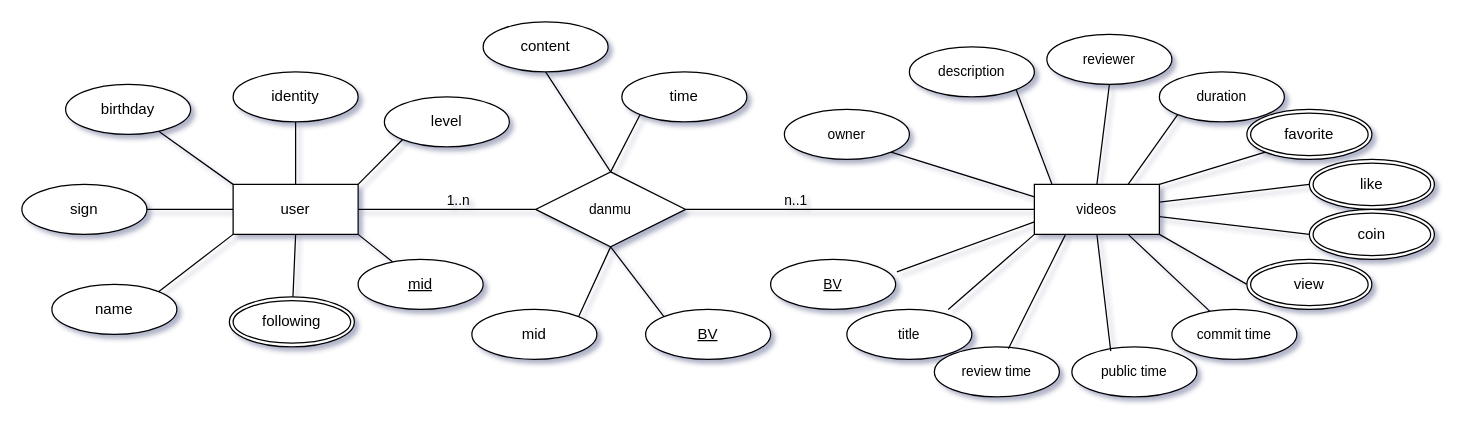
Above: ER2.drawio in aurora324/DatabaseProject1 (draw.io), before the change. Source tidied: cells renumbered, new cells numbered last; positions are measured from the earlier drawing's top-left corner, leaving out a move shared by most shapes. Both pictures are drawn from the tidied source at 125%, with x=0, y=0 at pixel (21, 21).
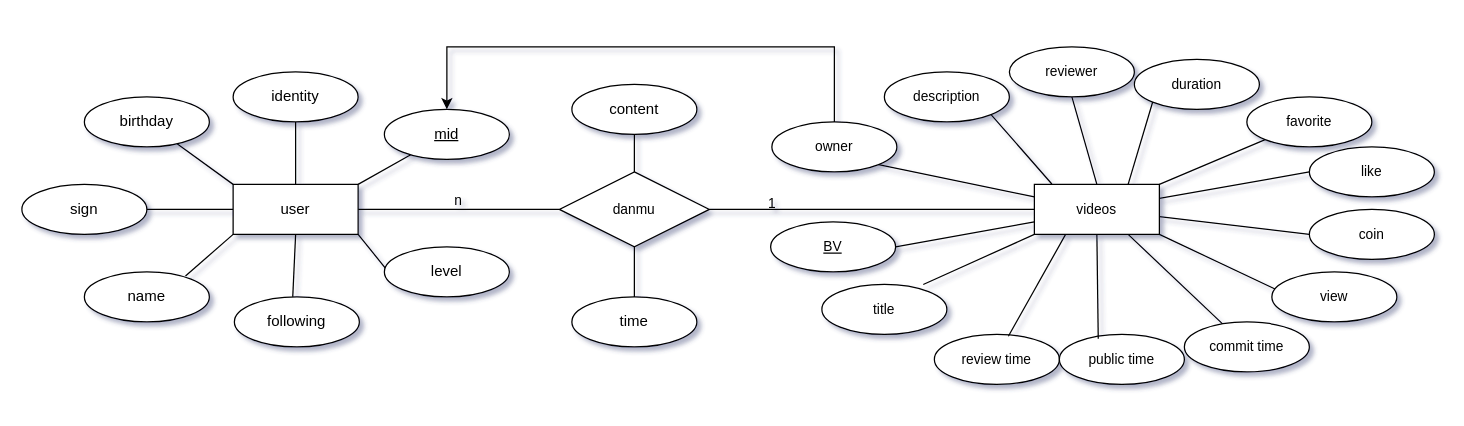
The same page after the edit.

The change refers to these unchanged cells:
```xml
<mxCell id="7" value="user" style="whiteSpace=wrap;html=1;align=center;" parent="1" vertex="1">
  <mxGeometry x="169" y="130" width="100" height="40" as="geometry" />
</mxCell>
<mxCell id="22" value="videos" style="whiteSpace=wrap;html=1;align=center;fontFamily=Helvetica;fontSize=11;fontColor=default;" parent="1" vertex="1">
  <mxGeometry x="810" y="130" width="100" height="40" as="geometry" />
</mxCell>
```

Change to the diagram source:
```diff
@@
-    <mxCell id="3" style="edgeStyle=none;shape=connector;rounded=0;jettySize=auto;html=1;exitX=0.5;exitY=1;exitDx=0;exitDy=0;labelBackgroundColor=default;strokeColor=default;align=center;verticalAlign=middle;fontFamily=Helvetica;fontSize=11;fontColor=default;endArrow=none;endFill=0;" parent="1" edge="1" source="7" target="17">
-      <mxGeometry relative="1" as="geometry" />
+    <mxCell id="3" style="edgeStyle=none;shape=connector;rounded=0;jettySize=auto;html=1;exitX=0.5;exitY=1;exitDx=0;exitDy=0;labelBackgroundColor=default;strokeColor=default;align=center;verticalAlign=middle;fontFamily=Helvetica;fontSize=11;fontColor=default;endArrow=none;endFill=0;" parent="1" edge="1" source="7">
+      <mxGeometry relative="1" as="geometry">
+        <mxPoint x="216.7" y="220" as="targetPoint" />
+      </mxGeometry>
     </mxCell>
-    <mxCell id="4" style="edgeStyle=none;shape=connector;rounded=0;jettySize=auto;html=1;exitX=0;exitY=1;exitDx=0;exitDy=0;entryX=1;entryY=0;entryDx=0;entryDy=0;labelBackgroundColor=default;strokeColor=default;align=center;verticalAlign=middle;fontFamily=Helvetica;fontSize=11;fontColor=default;endArrow=none;endFill=0;" parent="1" edge="1" source="7" target="16">
-      <mxGeometry relative="1" as="geometry" />
-    </mxCell>
@@
-    <mxCell id="8" style="rounded=0;jettySize=auto;html=1;entryX=1;entryY=1;entryDx=0;entryDy=0;strokeColor=default;endArrow=none;endFill=0;" parent="1" edge="1" source="9" target="7">
+    <mxCell id="8" style="rounded=0;jettySize=auto;html=1;entryX=1;entryY=0;entryDx=0;entryDy=0;strokeColor=default;endArrow=none;endFill=0;" parent="1" edge="1" source="9" target="7">
       <mxGeometry relative="1" as="geometry" />
     </mxCell>
+    <mxCell id="59" style="edgeStyle=orthogonalEdgeStyle;shape=connector;rounded=0;jettySize=auto;html=1;exitX=0.5;exitY=0;exitDx=0;exitDy=0;entryX=0.5;entryY=0;entryDx=0;entryDy=0;labelBackgroundColor=default;strokeColor=default;align=center;verticalAlign=middle;fontFamily=Helvetica;fontSize=11;fontColor=default;endArrow=classic;endFill=1;" parent="1" edge="1" source="26" target="9">
+      <mxGeometry relative="1" as="geometry">
+        <Array as="points">
+          <mxPoint x="650" y="20" />
+          <mxPoint x="340" y="20" />
+        </Array>
+      </mxGeometry>
+    </mxCell>
     <mxCell id="9" value="mid" style="ellipse;whiteSpace=wrap;html=1;align=center;fontStyle=4;" parent="1" vertex="1">
-      <mxGeometry x="269" y="190" width="100" height="40" as="geometry" />
+      <mxGeometry x="290" y="70" width="100" height="40" as="geometry" />
     </mxCell>
     <mxCell id="10" value="birthday" style="ellipse;whiteSpace=wrap;html=1;align=center;" parent="1" vertex="1">
-      <mxGeometry x="35" y="50" width="100" height="40" as="geometry" />
+      <mxGeometry x="50" y="60" width="100" height="40" as="geometry" />
     </mxCell>
@@
-    <mxCell id="14" style="edgeStyle=none;shape=connector;rounded=0;jettySize=auto;html=1;exitX=0;exitY=1;exitDx=0;exitDy=0;entryX=1;entryY=0;entryDx=0;entryDy=0;labelBackgroundColor=default;strokeColor=default;align=center;verticalAlign=middle;fontFamily=Helvetica;fontSize=11;fontColor=default;endArrow=none;endFill=0;" parent="1" edge="1" source="15" target="7">
+    <mxCell id="14" style="edgeStyle=none;shape=connector;rounded=0;jettySize=auto;html=1;exitX=0;exitY=1;exitDx=0;exitDy=0;entryX=1;entryY=1;entryDx=0;entryDy=0;labelBackgroundColor=default;strokeColor=default;align=center;verticalAlign=middle;fontFamily=Helvetica;fontSize=11;fontColor=default;endArrow=none;endFill=0;" parent="1" edge="1" source="15" target="7">
       <mxGeometry relative="1" as="geometry" />
     </mxCell>
     <mxCell id="15" value="level" style="ellipse;whiteSpace=wrap;html=1;align=center;" parent="1" vertex="1">
-      <mxGeometry x="290" y="60" width="100" height="40" as="geometry" />
+      <mxGeometry x="290" y="180" width="100" height="40" as="geometry" />
     </mxCell>
     <mxCell id="16" value="name" style="ellipse;whiteSpace=wrap;html=1;align=center;" parent="1" vertex="1">
-      <mxGeometry x="24" y="210" width="100" height="40" as="geometry" />
+      <mxGeometry x="50" y="200" width="100" height="40" as="geometry" />
     </mxCell>
-    <mxCell id="17" value="following" style="ellipse;shape=doubleEllipse;margin=3;whiteSpace=wrap;html=1;align=center;" parent="1" vertex="1">
-      <mxGeometry x="166" y="220" width="100" height="40" as="geometry" />
-    </mxCell>
-    <mxCell id="18" style="edgeStyle=none;shape=connector;rounded=0;jettySize=auto;html=1;exitX=0;exitY=0.75;exitDx=0;exitDy=0;labelBackgroundColor=default;strokeColor=default;align=center;verticalAlign=middle;fontFamily=Helvetica;fontSize=11;fontColor=default;endArrow=none;endFill=0;" parent="1" edge="1" source="22">
-      <mxGeometry relative="1" as="geometry">
-        <mxPoint x="700" y="200" as="targetPoint" />
-      </mxGeometry>
-    </mxCell>
@@
-    <mxCell id="20" style="edgeStyle=none;shape=connector;rounded=0;jettySize=auto;html=1;exitX=1;exitY=1;exitDx=0;exitDy=0;entryX=0;entryY=0.5;entryDx=0;entryDy=0;labelBackgroundColor=default;strokeColor=default;align=center;verticalAlign=middle;fontFamily=Helvetica;fontSize=11;fontColor=default;endArrow=none;endFill=0;" parent="1" edge="1" source="22" target="40">
+    <mxCell id="20" style="edgeStyle=none;shape=connector;rounded=0;jettySize=auto;html=1;exitX=1;exitY=1;exitDx=0;exitDy=0;entryX=0.025;entryY=0.342;entryDx=0;entryDy=0;labelBackgroundColor=default;strokeColor=default;align=center;verticalAlign=middle;fontFamily=Helvetica;fontSize=11;fontColor=default;endArrow=none;endFill=0;entryPerimeter=0;" parent="1" edge="1" source="22" target="40">
       <mxGeometry relative="1" as="geometry" />
     </mxCell>
@@
     <mxCell id="23" value="title" style="ellipse;whiteSpace=wrap;html=1;align=center;fontFamily=Helvetica;fontSize=11;fontColor=default;" parent="1" vertex="1">
-      <mxGeometry x="660" y="230" width="100" height="40" as="geometry" />
+      <mxGeometry x="640" y="210" width="100" height="40" as="geometry" />
     </mxCell>
+    <mxCell id="60" style="rounded=0;jettySize=auto;html=1;exitX=1;exitY=0.5;exitDx=0;exitDy=0;entryX=0;entryY=0.75;entryDx=0;entryDy=0;endArrow=none;endFill=0;" parent="1" edge="1" source="24" target="22">
+      <mxGeometry relative="1" as="geometry" />
+    </mxCell>
     <mxCell id="24" value="BV" style="ellipse;whiteSpace=wrap;html=1;align=center;fontStyle=4;fontFamily=Helvetica;fontSize=11;fontColor=default;" parent="1" vertex="1">
-      <mxGeometry x="599" y="190" width="100" height="40" as="geometry" />
+      <mxGeometry x="599" y="160" width="100" height="40" as="geometry" />
     </mxCell>
@@
     <mxCell id="26" value="owner" style="ellipse;whiteSpace=wrap;html=1;align=center;fontFamily=Helvetica;fontSize=11;fontColor=default;" parent="1" vertex="1">
-      <mxGeometry x="610" y="70" width="100" height="40" as="geometry" />
+      <mxGeometry x="600" y="80" width="100" height="40" as="geometry" />
     </mxCell>
     <mxCell id="27" value="commit time" style="ellipse;whiteSpace=wrap;html=1;align=center;fontFamily=Helvetica;fontSize=11;fontColor=default;" parent="1" vertex="1">
-      <mxGeometry x="920" y="230" width="100" height="40" as="geometry" />
+      <mxGeometry x="930" y="240" width="100" height="40" as="geometry" />
     </mxCell>
     <mxCell id="28" value="review time" style="ellipse;whiteSpace=wrap;html=1;align=center;fontFamily=Helvetica;fontSize=11;fontColor=default;" parent="1" vertex="1">
-      <mxGeometry x="730" y="260" width="100" height="40" as="geometry" />
+      <mxGeometry x="730" y="250" width="100" height="40" as="geometry" />
     </mxCell>
     <mxCell id="29" value="public time" style="ellipse;whiteSpace=wrap;html=1;align=center;fontFamily=Helvetica;fontSize=11;fontColor=default;" parent="1" vertex="1">
-      <mxGeometry x="840" y="260" width="100" height="40" as="geometry" />
+      <mxGeometry x="830" y="250" width="100" height="40" as="geometry" />
     </mxCell>
@@
     <mxCell id="31" value="duration" style="ellipse;whiteSpace=wrap;html=1;align=center;fontFamily=Helvetica;fontSize=11;fontColor=default;" parent="1" vertex="1">
-      <mxGeometry x="910" y="40" width="100" height="40" as="geometry" />
+      <mxGeometry x="890" y="30" width="100" height="40" as="geometry" />
     </mxCell>
     <mxCell id="32" value="description" style="ellipse;whiteSpace=wrap;html=1;align=center;fontFamily=Helvetica;fontSize=11;fontColor=default;" parent="1" vertex="1">
-      <mxGeometry x="710" y="20" width="100" height="40" as="geometry" />
+      <mxGeometry x="690" y="40" width="100" height="40" as="geometry" />
     </mxCell>
@@
     <mxCell id="34" value="reviewer" style="ellipse;whiteSpace=wrap;html=1;align=center;fontFamily=Helvetica;fontSize=11;fontColor=default;" parent="1" vertex="1">
-      <mxGeometry x="820" y="10" width="100" height="40" as="geometry" />
+      <mxGeometry x="790" y="20" width="100" height="40" as="geometry" />
     </mxCell>
-    <mxCell id="35" style="edgeStyle=none;shape=connector;rounded=0;jettySize=auto;html=1;exitX=0;exitY=0.5;exitDx=0;exitDy=0;labelBackgroundColor=default;strokeColor=default;align=center;verticalAlign=middle;fontFamily=Helvetica;fontSize=11;fontColor=default;endArrow=none;endFill=0;" parent="1" edge="1" source="36" target="22">
-      <mxGeometry relative="1" as="geometry" />
+    <mxCell id="35" style="edgeStyle=none;shape=connector;rounded=0;jettySize=auto;html=1;exitX=0;exitY=0.5;exitDx=0;exitDy=0;labelBackgroundColor=default;strokeColor=default;align=center;verticalAlign=middle;fontFamily=Helvetica;fontSize=11;fontColor=default;endArrow=none;endFill=0;" parent="1" edge="1" target="22">
+      <mxGeometry relative="1" as="geometry">
+        <mxPoint x="1030" y="120" as="sourcePoint" />
+      </mxGeometry>
     </mxCell>
-    <mxCell id="36" value="like" style="ellipse;shape=doubleEllipse;margin=3;whiteSpace=wrap;html=1;align=center;" parent="1" vertex="1">
-      <mxGeometry x="1030" y="110" width="100" height="40" as="geometry" />
-    </mxCell>
-    <mxCell id="37" style="edgeStyle=none;shape=connector;rounded=0;jettySize=auto;html=1;exitX=0;exitY=0.5;exitDx=0;exitDy=0;labelBackgroundColor=default;strokeColor=default;align=center;verticalAlign=middle;fontFamily=Helvetica;fontSize=11;fontColor=default;endArrow=none;endFill=0;" parent="1" edge="1" source="38" target="22">
-      <mxGeometry relative="1" as="geometry" />
+    <mxCell id="37" style="edgeStyle=none;shape=connector;rounded=0;jettySize=auto;html=1;exitX=0;exitY=0.5;exitDx=0;exitDy=0;labelBackgroundColor=default;strokeColor=default;align=center;verticalAlign=middle;fontFamily=Helvetica;fontSize=11;fontColor=default;endArrow=none;endFill=0;" parent="1" edge="1" target="22">
+      <mxGeometry relative="1" as="geometry">
+        <mxPoint x="1030" y="170" as="sourcePoint" />
+      </mxGeometry>
     </mxCell>
-    <mxCell id="38" value="coin" style="ellipse;shape=doubleEllipse;margin=3;whiteSpace=wrap;html=1;align=center;" parent="1" vertex="1">
-      <mxGeometry x="1030" y="150" width="100" height="40" as="geometry" />
-    </mxCell>
-    <mxCell id="39" value="favorite" style="ellipse;shape=doubleEllipse;margin=3;whiteSpace=wrap;html=1;align=center;" parent="1" vertex="1">
-      <mxGeometry x="980" y="70" width="100" height="40" as="geometry" />
-    </mxCell>
-    <mxCell id="40" value="view" style="ellipse;shape=doubleEllipse;margin=3;whiteSpace=wrap;html=1;align=center;" parent="1" vertex="1">
-      <mxGeometry x="980" y="190" width="100" height="40" as="geometry" />
-    </mxCell>
-    <mxCell id="41" value="BV" style="ellipse;whiteSpace=wrap;html=1;align=center;fontStyle=4;" parent="1" vertex="1">
-      <mxGeometry x="499" y="230" width="100" height="40" as="geometry" />
-    </mxCell>
-    <mxCell id="42" value="mid" style="ellipse;whiteSpace=wrap;html=1;align=center;" parent="1" vertex="1">
-      <mxGeometry x="360" y="230" width="100" height="40" as="geometry" />
-    </mxCell>
-    <mxCell id="43" style="edgeStyle=none;shape=connector;rounded=0;jettySize=auto;html=1;exitX=0;exitY=1;exitDx=0;exitDy=0;entryX=0.5;entryY=0;entryDx=0;entryDy=0;labelBackgroundColor=default;strokeColor=default;align=center;verticalAlign=middle;fontFamily=Helvetica;fontSize=11;fontColor=default;endArrow=none;endFill=0;" parent="1" edge="1" source="44" target="50">
-      <mxGeometry relative="1" as="geometry" />
-    </mxCell>
     <mxCell id="44" value="time" style="ellipse;whiteSpace=wrap;html=1;align=center;" parent="1" vertex="1">
-      <mxGeometry x="480" y="40" width="100" height="40" as="geometry" />
+      <mxGeometry x="440" y="220" width="100" height="40" as="geometry" />
     </mxCell>
@@
     <mxCell id="46" value="content" style="ellipse;whiteSpace=wrap;html=1;align=center;" parent="1" vertex="1">
-      <mxGeometry x="369" width="100" height="40" as="geometry" />
+      <mxGeometry x="440" y="50" width="100" height="40" as="geometry" />
     </mxCell>
-    <mxCell id="47" style="edgeStyle=none;shape=connector;rounded=0;jettySize=auto;html=1;exitX=0.5;exitY=1;exitDx=0;exitDy=0;entryX=1;entryY=0;entryDx=0;entryDy=0;labelBackgroundColor=default;strokeColor=default;align=center;verticalAlign=middle;fontFamily=Helvetica;fontSize=11;fontColor=default;endArrow=none;endFill=0;" parent="1" edge="1" source="50" target="42">
-      <mxGeometry relative="1" as="geometry" />
-    </mxCell>
-    <mxCell id="48" style="edgeStyle=none;shape=connector;rounded=0;jettySize=auto;html=1;exitX=0.5;exitY=1;exitDx=0;exitDy=0;entryX=0;entryY=0;entryDx=0;entryDy=0;labelBackgroundColor=default;strokeColor=default;align=center;verticalAlign=middle;fontFamily=Helvetica;fontSize=11;fontColor=default;endArrow=none;endFill=0;" parent="1" edge="1" source="50" target="41">
-      <mxGeometry relative="1" as="geometry" />
-    </mxCell>
@@
+    <mxCell id="61" style="rounded=0;jettySize=auto;html=1;exitX=0.5;exitY=1;exitDx=0;exitDy=0;entryX=0.5;entryY=0;entryDx=0;entryDy=0;endArrow=none;endFill=0;" parent="1" edge="1" source="50" target="44">
+      <mxGeometry relative="1" as="geometry" />
+    </mxCell>
     <mxCell id="50" value="danmu" style="shape=rhombus;perimeter=rhombusPerimeter;whiteSpace=wrap;html=1;align=center;fontFamily=Helvetica;fontSize=11;fontColor=default;" parent="1" vertex="1">
-      <mxGeometry x="411" y="120" width="120" height="60" as="geometry" />
+      <mxGeometry x="430" y="120" width="120" height="60" as="geometry" />
     </mxCell>
@@
-    <mxCell id="57" value="1..n" style="text;html=1;align=center;verticalAlign=middle;strokeColor=none;fillColor=none;fontSize=11;fontFamily=Helvetica;fontColor=default;" parent="1" vertex="1">
-      <mxGeometry x="329" y="128" width="40" height="30" as="geometry" />
+    <mxCell id="57" value="n" style="text;html=1;align=center;verticalAlign=middle;strokeColor=none;fillColor=none;fontSize=11;fontFamily=Helvetica;fontColor=default;" parent="1" vertex="1">
+      <mxGeometry x="334" y="128" width="30" height="30" as="geometry" />
     </mxCell>
-    <mxCell id="58" value="n..1" style="text;html=1;align=center;verticalAlign=middle;strokeColor=none;fillColor=none;fontSize=11;fontFamily=Helvetica;fontColor=default;" parent="1" vertex="1">
-      <mxGeometry x="599" y="128" width="40" height="30" as="geometry" />
-    </mxCell>
+    <mxCell id="17" value="following" style="ellipse;whiteSpace=wrap;html=1;align=center;" parent="1" vertex="1">
+      <mxGeometry x="170" y="220" width="100" height="40" as="geometry" />
+    </mxCell>
+    <mxCell id="4" style="edgeStyle=none;shape=connector;rounded=0;jettySize=auto;html=1;exitX=0;exitY=1;exitDx=0;exitDy=0;entryX=0.809;entryY=0.083;entryDx=0;entryDy=0;entryPerimeter=0;labelBackgroundColor=default;strokeColor=default;align=center;verticalAlign=middle;fontFamily=Helvetica;fontSize=11;fontColor=default;endArrow=none;endFill=0;" parent="1" edge="1" source="7" target="16">
+      <mxGeometry relative="1" as="geometry" />
+    </mxCell>
+    <mxCell id="39" value="favorite" style="ellipse;whiteSpace=wrap;html=1;align=center;fontFamily=Helvetica;fontSize=11;fontColor=default;" parent="1" vertex="1">
+      <mxGeometry x="980" y="60" width="100" height="40" as="geometry" />
+    </mxCell>
+    <mxCell id="36" value="like" style="ellipse;whiteSpace=wrap;html=1;align=center;fontFamily=Helvetica;fontSize=11;fontColor=default;" parent="1" vertex="1">
+      <mxGeometry x="1030" y="100" width="100" height="40" as="geometry" />
+    </mxCell>
+    <mxCell id="38" value="coin" style="ellipse;whiteSpace=wrap;html=1;align=center;fontFamily=Helvetica;fontSize=11;fontColor=default;" parent="1" vertex="1">
+      <mxGeometry x="1030" y="150" width="100" height="40" as="geometry" />
+    </mxCell>
+    <mxCell id="40" value="view" style="ellipse;whiteSpace=wrap;html=1;align=center;fontFamily=Helvetica;fontSize=11;fontColor=default;" parent="1" vertex="1">
+      <mxGeometry x="1000" y="200" width="100" height="40" as="geometry" />
+    </mxCell>
+    <mxCell id="62" value="1" style="text;html=1;align=center;verticalAlign=middle;strokeColor=none;fillColor=none;fontSize=11;fontFamily=Helvetica;fontColor=default;" parent="1" vertex="1">
+      <mxGeometry x="585" y="130" width="30" height="30" as="geometry" />
+    </mxCell>
```
